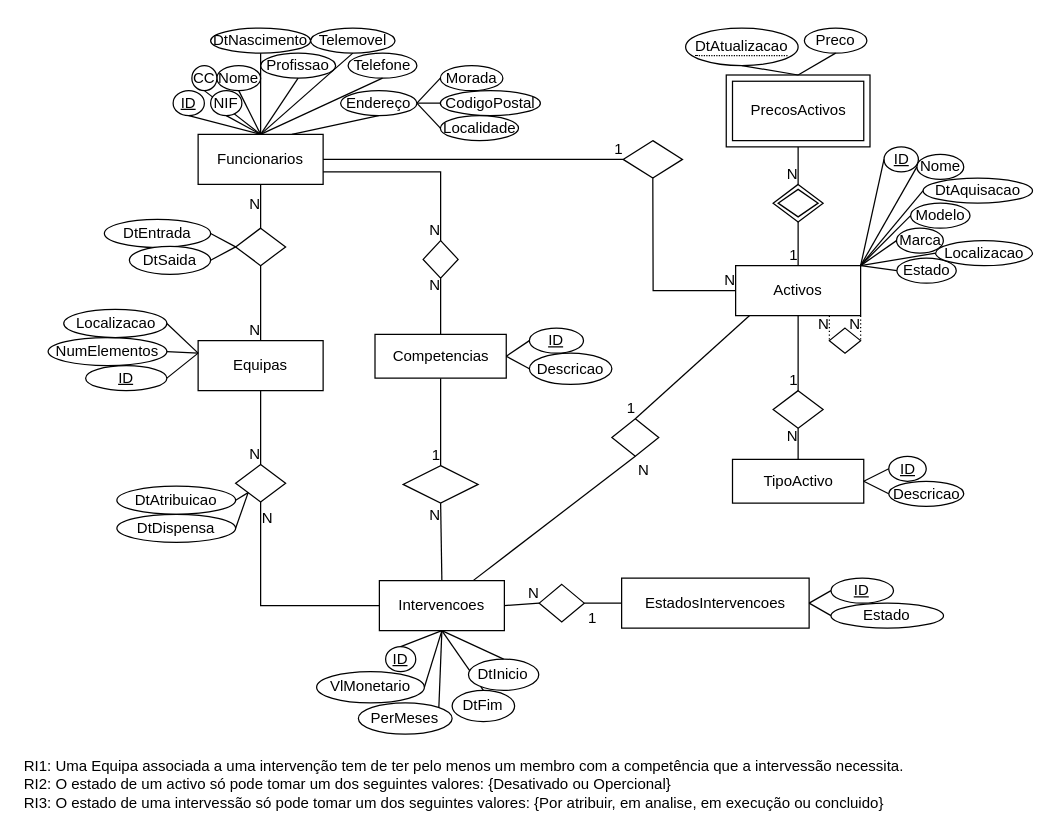
JLuzioS/SI2A keeps this draw.io diagram as Diagrama.drawio. Above is the earlier version. Source tidied: cells renumbered, new cells numbered last; positions are measured from the earlier drawing's top-left corner, leaving out a move shared by most shapes. Both pictures are drawn from the tidied source at 125%, with x=0, y=0 at pixel (21, 28).
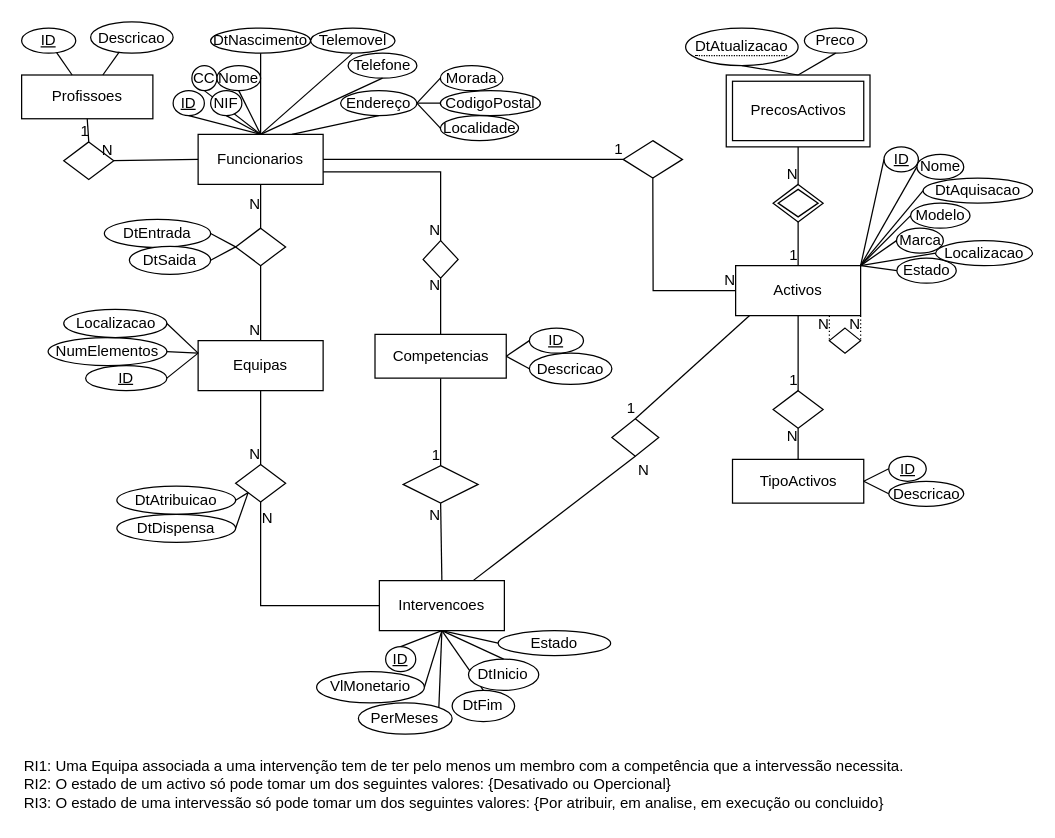
The same page after the edit.

The change refers to these unchanged cells:
```xml
<mxCell id="14" value="Intervencoes" style="whiteSpace=wrap;html=1;align=center;" parent="1" vertex="1">
  <mxGeometry x="286" y="442" width="100" height="40" as="geometry" />
</mxCell>
<mxCell id="15" value="Funcionarios" style="whiteSpace=wrap;html=1;align=center;" parent="1" vertex="1">
  <mxGeometry x="141" y="85" width="100" height="40" as="geometry" />
</mxCell>
```

Change to the diagram source:
```diff
@@
-    <mxCell id="17" value="EstadosIntervencoes" style="whiteSpace=wrap;html=1;align=center;" parent="1" vertex="1">
-      <mxGeometry x="479.8" y="440" width="150" height="40" as="geometry" />
-    </mxCell>
@@
-    <mxCell id="26" style="shape=rhombus;perimeter=rhombusPerimeter;whiteSpace=wrap;html=1;align=center;" parent="1" vertex="1">
-      <mxGeometry x="413.9" y="445" width="36" height="30" as="geometry" />
-    </mxCell>
-    <mxCell id="27" style="endArrow=none;html=1;rounded=0;exitX=0;exitY=0.5;exitDx=0;exitDy=0;entryX=1;entryY=0.5;entryDx=0;entryDy=0;" parent="1" edge="1" source="17" target="26">
-      <mxGeometry relative="1" as="geometry" />
-    </mxCell>
-    <mxCell id="28" value="1" style="html=1;align=right;verticalAlign=bottom;" parent="27" vertex="1">
-      <mxGeometry x="1" relative="1" as="geometry">
-        <mxPoint x="10" y="20" as="offset" />
-      </mxGeometry>
-    </mxCell>
@@
-    <mxCell id="30" style="endArrow=none;html=1;rounded=0;entryX=0;entryY=0.5;entryDx=0;entryDy=0;exitX=1;exitY=0.5;exitDx=0;exitDy=0;" parent="1" edge="1" source="14" target="26">
-      <mxGeometry relative="1" as="geometry" />
-    </mxCell>
-    <mxCell id="31" value="N" style="html=1;align=right;verticalAlign=bottom;" parent="30" vertex="1">
-      <mxGeometry x="1" relative="1" as="geometry" />
-    </mxCell>
@@
-    <mxCell id="71" value="Profissao" style="ellipse;whiteSpace=wrap;html=1;align=center;" parent="1" vertex="1">
-      <mxGeometry x="191" y="20" width="60" height="20" as="geometry" />
-    </mxCell>
@@
-    <mxCell id="79" style="endArrow=none;html=1;rounded=0;entryX=0.5;entryY=0;entryDx=0;entryDy=0;exitX=0.5;exitY=1;exitDx=0;exitDy=0;" parent="1" edge="1" source="71" target="15">
-      <mxGeometry relative="1" as="geometry" />
-    </mxCell>
@@
-    <mxCell id="82" value="ID" style="ellipse;whiteSpace=wrap;html=1;align=center;fontStyle=4;" parent="1" vertex="1">
-      <mxGeometry x="647.3" y="440" width="50" height="20" as="geometry" />
-    </mxCell>
-    <mxCell id="83" style="endArrow=none;html=1;rounded=0;exitX=0;exitY=0.5;exitDx=0;exitDy=0;entryX=1;entryY=0.5;entryDx=0;entryDy=0;" parent="1" edge="1" source="110" target="17">
+    <mxCell id="83" style="endArrow=none;html=1;rounded=0;exitX=0;exitY=0.5;exitDx=0;exitDy=0;entryX=0.5;entryY=1;entryDx=0;entryDy=0;" parent="1" edge="1" source="110" target="14">
       <mxGeometry relative="1" as="geometry" />
     </mxCell>
-    <mxCell id="84" style="endArrow=none;html=1;rounded=0;exitX=0;exitY=0.5;exitDx=0;exitDy=0;entryX=1;entryY=0.5;entryDx=0;entryDy=0;" parent="1" edge="1" source="82" target="17">
-      <mxGeometry relative="1" as="geometry" />
-    </mxCell>
@@
     <mxCell id="110" value="Estado" style="ellipse;whiteSpace=wrap;html=1;align=center;" parent="1" vertex="1">
-      <mxGeometry x="647.3" y="460" width="90" height="20" as="geometry" />
+      <mxGeometry x="381" y="482" width="90" height="20" as="geometry" />
     </mxCell>
@@
-    <mxCell id="120" value="TipoActivo" style="whiteSpace=wrap;html=1;align=center;" parent="1" vertex="1">
+    <mxCell id="120" value="TipoActivos" style="whiteSpace=wrap;html=1;align=center;" parent="1" vertex="1">
       <mxGeometry x="568.5" y="345" width="105" height="35" as="geometry" />
     </mxCell>
@@
+    <mxCell id="140" value="Profissoes" style="whiteSpace=wrap;html=1;align=center;" parent="1" vertex="1">
+      <mxGeometry x="-0.2" y="37.5" width="105" height="35" as="geometry" />
+    </mxCell>
+    <mxCell id="82" value="ID" style="ellipse;whiteSpace=wrap;html=1;align=center;fontStyle=4;" parent="1" vertex="1">
+      <mxGeometry x="-0.2" width="43.3" height="20" as="geometry" />
+    </mxCell>
+    <mxCell id="141" value="Descricao" style="ellipse;whiteSpace=wrap;html=1;align=center;" parent="1" vertex="1">
+      <mxGeometry x="55" y="-5" width="66" height="25" as="geometry" />
+    </mxCell>
+    <mxCell id="142" style="endArrow=none;html=1;rounded=0;" parent="1" edge="1" source="140" target="82">
+      <mxGeometry relative="1" as="geometry" />
+    </mxCell>
+    <mxCell id="143" style="endArrow=none;html=1;rounded=0;entryX=0.348;entryY=0.96;entryDx=0;entryDy=0;entryPerimeter=0;" parent="1" edge="1" source="140" target="141">
+      <mxGeometry relative="1" as="geometry" />
+    </mxCell>
+    <mxCell id="144" style="shape=rhombus;perimeter=rhombusPerimeter;whiteSpace=wrap;html=1;align=center;" parent="1" vertex="1">
+      <mxGeometry x="33.5" y="91" width="40" height="30" as="geometry" />
+    </mxCell>
+    <mxCell id="145" style="endArrow=none;html=1;rounded=0;exitX=0;exitY=0.5;exitDx=0;exitDy=0;entryX=1;entryY=0.5;entryDx=0;entryDy=0;" parent="1" edge="1" source="15" target="144">
+      <mxGeometry relative="1" as="geometry" />
+    </mxCell>
+    <mxCell id="31" value="N" style="html=1;align=right;verticalAlign=bottom;" parent="145" vertex="1">
+      <mxGeometry x="1" relative="1" as="geometry" />
+    </mxCell>
+    <mxCell id="146" style="endArrow=none;html=1;rounded=0;entryX=0.5;entryY=0;entryDx=0;entryDy=0;exitX=0.5;exitY=1;exitDx=0;exitDy=0;" parent="1" edge="1" source="140" target="144">
+      <mxGeometry relative="1" as="geometry" />
+    </mxCell>
+    <mxCell id="28" value="1" style="html=1;align=right;verticalAlign=bottom;" parent="146" vertex="1">
+      <mxGeometry x="1" relative="1" as="geometry" />
+    </mxCell>
```
